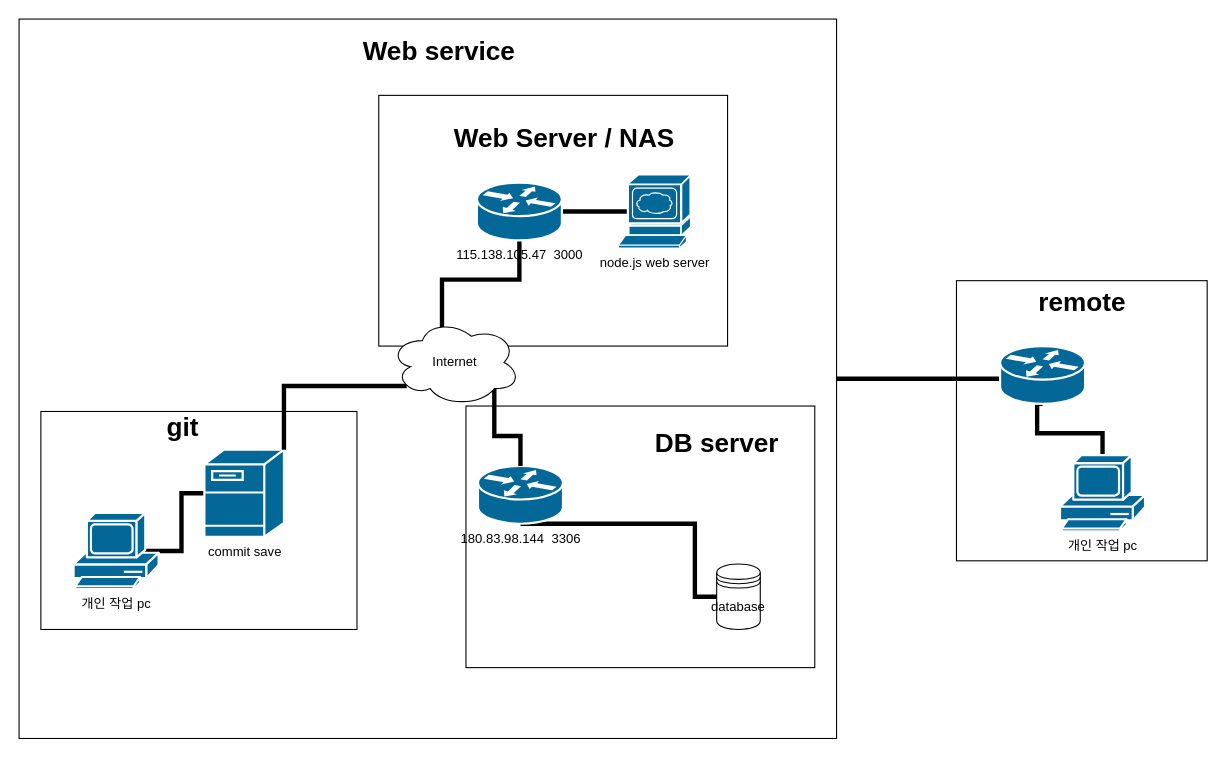
jung-ki-hun/JeoHanggi keeps this draw.io diagram as Untitled Diagram.drawio. Above is the earlier version. Source tidied: cells renumbered, new cells numbered last; positions are measured from the earlier drawing's top-left corner, leaving out a move shared by most shapes. Both pictures are drawn from the tidied source at 109%, with x=0, y=0 at pixel (19, 19).
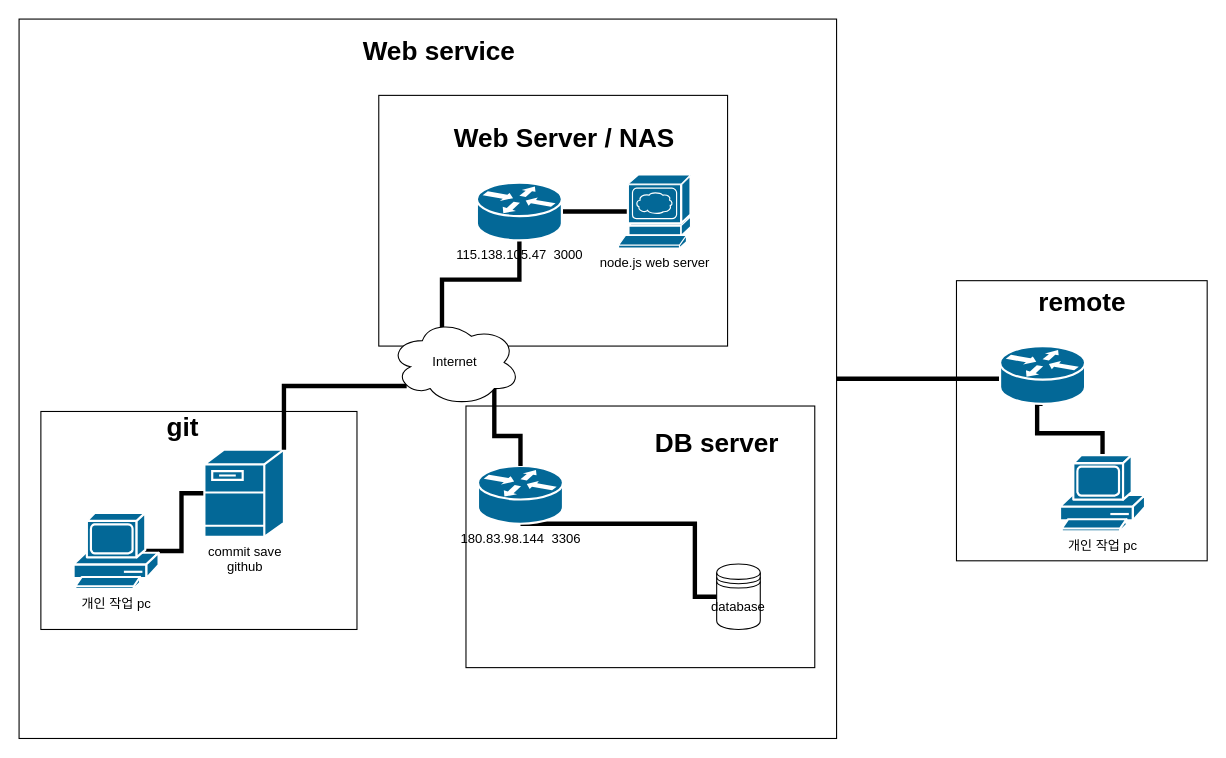
The same diagram, later.

Diff of the diagram source:
```diff
@@
-    <mxCell id="18" value="commit save" style="shape=mxgraph.cisco.servers.fileserver;html=1;dashed=0;fillColor=#036897;strokeColor=#ffffff;strokeWidth=2;verticalLabelPosition=bottom;verticalAlign=top;align=center;outlineConnect=0;" parent="1" vertex="1">
+    <mxCell id="18" value="commit save&lt;br&gt;github" style="shape=mxgraph.cisco.servers.fileserver;html=1;dashed=0;fillColor=#036897;strokeColor=#ffffff;strokeWidth=2;verticalLabelPosition=bottom;verticalAlign=top;align=center;outlineConnect=0;" parent="1" vertex="1">
       <mxGeometry x="170" y="395" width="73" height="80" as="geometry" />
     </mxCell>
```
